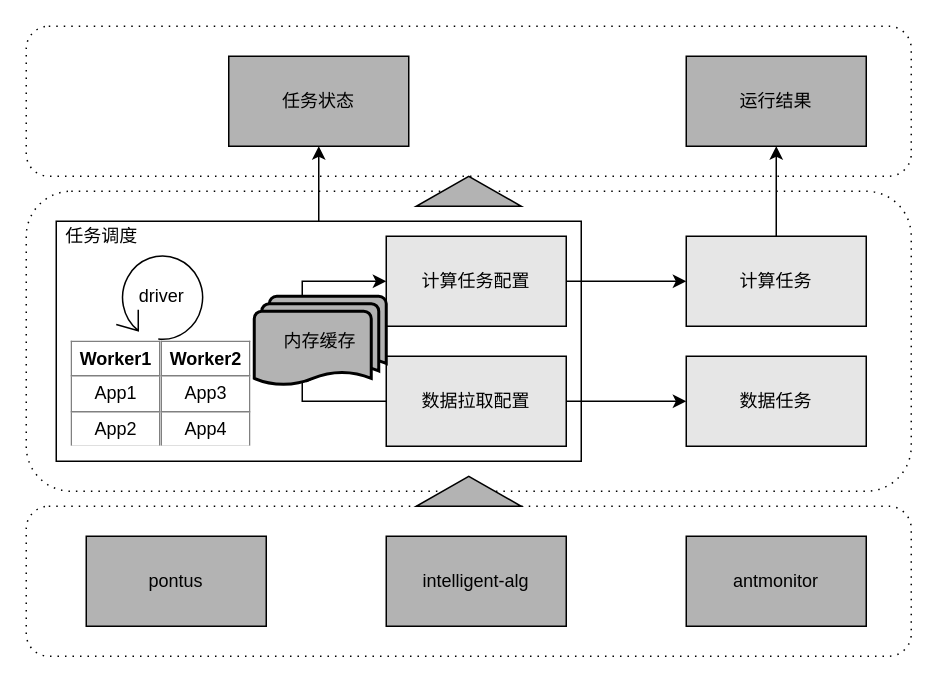
This is 容量计算框架.drawio from frankneu/draw.io, a draw.io file, before an edit. Source tidied: cells renumbered, new cells numbered last; positions are measured from the earlier drawing's top-left corner, leaving out a move shared by most shapes. Both pictures are drawn from the tidied source at 150%, with x=0, y=0 at pixel (26, 26).
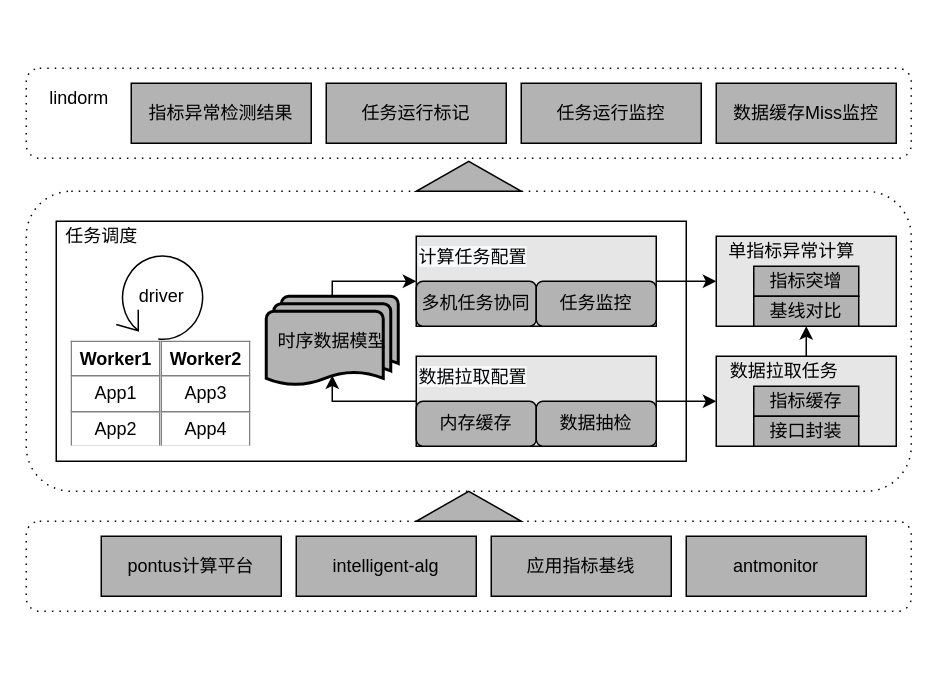
Above is the later version.

Commit message (it also covers changes not shown here):
Update 容量计算框架.drawio

Diff of the diagram source:
```diff
@@
     <mxCell id="2" style="shape=ext;rounded=1;html=1;whiteSpace=wrap;dashed=1;dashPattern=1 4;" parent="1" vertex="1">
-      <mxGeometry width="590" height="100" as="geometry" />
+      <mxGeometry y="28" width="590" height="60" as="geometry" />
     </mxCell>
@@
     <mxCell id="4" style="shape=ext;rounded=1;html=1;whiteSpace=wrap;dashed=1;dashPattern=1 4;" parent="1" vertex="1">
-      <mxGeometry y="320" width="590" height="100" as="geometry" />
+      <mxGeometry y="330" width="590" height="60" as="geometry" />
     </mxCell>
     <mxCell id="5" style="rounded=0;whiteSpace=wrap;html=1;" parent="1" vertex="1">
-      <mxGeometry x="20" y="130" width="350" height="160" as="geometry" />
+      <mxGeometry x="20" y="130" width="420" height="160" as="geometry" />
     </mxCell>
@@
-    <mxCell id="8" style="edgeStyle=orthogonalEdgeStyle;rounded=0;jettySize=auto;html=1;exitX=0.5;exitY=0;exitDx=0;exitDy=0;entryX=0.5;entryY=1;entryDx=0;entryDy=0;" parent="1" edge="1" source="5" target="13">
-      <mxGeometry relative="1" as="geometry" />
-    </mxCell>
+    <mxCell id="28" style="edgeStyle=orthogonalEdgeStyle;rounded=0;jettySize=auto;html=1;exitX=0.5;exitY=0;exitDx=0;exitDy=0;entryX=0.5;entryY=1;entryDx=0;entryDy=0;fillColor=#E6E6E6;" parent="1" edge="1" source="9" target="11">
+      <mxGeometry relative="1" as="geometry" />
+    </mxCell>
-    <mxCell id="9" value="数据任务" style="rounded=0;whiteSpace=wrap;html=1;fillColor=#E6E6E6;" parent="1" vertex="1">
-      <mxGeometry x="440" y="220" width="120" height="60" as="geometry" />
+    <mxCell id="9" style="rounded=0;whiteSpace=wrap;html=1;fillColor=#E6E6E6;" parent="1" vertex="1">
+      <mxGeometry x="460" y="220" width="120" height="60" as="geometry" />
     </mxCell>
-    <mxCell id="10" style="edgeStyle=orthogonalEdgeStyle;rounded=0;jettySize=auto;html=1;" parent="1" edge="1" source="11" target="12">
-      <mxGeometry relative="1" as="geometry" />
-    </mxCell>
-    <mxCell id="11" value="计算任务" style="rounded=0;whiteSpace=wrap;html=1;fillColor=#E6E6E6;" parent="1" vertex="1">
-      <mxGeometry x="440" y="140" width="120" height="60" as="geometry" />
+    <mxCell id="11" style="rounded=0;whiteSpace=wrap;html=1;fillColor=#E6E6E6;" parent="1" vertex="1">
+      <mxGeometry x="460" y="140" width="120" height="60" as="geometry" />
     </mxCell>
-    <mxCell id="12" value="运行结果" style="rounded=0;whiteSpace=wrap;html=1;fillColor=#B3B3B3;" parent="1" vertex="1">
-      <mxGeometry x="440" y="20" width="120" height="60" as="geometry" />
+    <mxCell id="12" value="数据缓存Miss监控" style="rounded=0;whiteSpace=wrap;html=1;fillColor=#B3B3B3;" parent="1" vertex="1">
+      <mxGeometry x="460" y="38" width="120" height="40" as="geometry" />
     </mxCell>
-    <mxCell id="13" value="任务状态" style="rounded=0;whiteSpace=wrap;html=1;fillColor=#B3B3B3;" parent="1" vertex="1">
-      <mxGeometry x="135" y="20" width="120" height="60" as="geometry" />
+    <mxCell id="13" value="任务运行标记" style="rounded=0;whiteSpace=wrap;html=1;fillColor=#B3B3B3;" parent="1" vertex="1">
+      <mxGeometry x="200" y="38" width="120" height="40" as="geometry" />
     </mxCell>
-    <mxCell id="14" value="计算任务配置" style="rounded=0;whiteSpace=wrap;html=1;fillColor=#E6E6E6;" parent="1" vertex="1">
-      <mxGeometry x="240" y="140" width="120" height="60" as="geometry" />
+    <mxCell id="14" style="rounded=0;whiteSpace=wrap;html=1;fillColor=#E6E6E6;" parent="1" vertex="1">
+      <mxGeometry x="260" y="140" width="160" height="60" as="geometry" />
     </mxCell>
     <mxCell id="15" style="edgeStyle=orthogonalEdgeStyle;rounded=0;jettySize=auto;html=1;exitX=0;exitY=0.5;exitDx=0;exitDy=0;entryX=0.5;entryY=0.88;entryDx=0;entryDy=0;entryPerimeter=0;fillColor=#E6E6E6;" parent="1" edge="1" source="16" target="25">
       <mxGeometry relative="1" as="geometry">
         <Array as="points">
-          <mxPoint x="184" y="250" />
+          <mxPoint x="204" y="250" />
         </Array>
       </mxGeometry>
     </mxCell>
-    <mxCell id="16" value="数据拉取配置" style="rounded=0;whiteSpace=wrap;html=1;fillColor=#E6E6E6;" parent="1" vertex="1">
-      <mxGeometry x="240" y="220" width="120" height="60" as="geometry" />
+    <mxCell id="16" style="rounded=0;whiteSpace=wrap;html=1;fillColor=#E6E6E6;" parent="1" vertex="1">
+      <mxGeometry x="260" y="220" width="160" height="60" as="geometry" />
     </mxCell>
-    <mxCell id="17" value="pontus" style="rounded=0;whiteSpace=wrap;html=1;fillColor=#B3B3B3;" parent="1" vertex="1">
-      <mxGeometry x="40" y="340" width="120" height="60" as="geometry" />
+    <mxCell id="17" value="pontus计算平台" style="rounded=0;whiteSpace=wrap;html=1;fillColor=#B3B3B3;" parent="1" vertex="1">
+      <mxGeometry x="50" y="340" width="120" height="40" as="geometry" />
     </mxCell>
     <mxCell id="18" value="antmonitor" style="rounded=0;whiteSpace=wrap;html=1;fillColor=#B3B3B3;" parent="1" vertex="1">
-      <mxGeometry x="440" y="340" width="120" height="60" as="geometry" />
+      <mxGeometry x="440" y="340" width="120" height="40" as="geometry" />
     </mxCell>
@@
     <mxCell id="20" value="intelligent-alg" style="rounded=0;whiteSpace=wrap;html=1;fillColor=#B3B3B3;" parent="1" vertex="1">
-      <mxGeometry x="240" y="340" width="120" height="60" as="geometry" />
+      <mxGeometry x="180" y="340" width="120" height="40" as="geometry" />
     </mxCell>
@@
     <mxCell id="22" style="html=1;shadow=0;dashed=0;align=center;verticalAlign=middle;shape=mxgraph.arrows2.arrow;dy=0.6;dx=40;direction=north;notch=0;fillColor=#B3B3B3;" parent="1" vertex="1">
-      <mxGeometry x="260" y="300" width="70" height="20" as="geometry" />
+      <mxGeometry x="260" y="310" width="70" height="20" as="geometry" />
     </mxCell>
     <mxCell id="23" style="html=1;shadow=0;dashed=0;align=center;verticalAlign=middle;shape=mxgraph.arrows2.arrow;dy=0.6;dx=40;direction=north;notch=0;fillColor=#B3B3B3;" parent="1" vertex="1">
-      <mxGeometry x="260" y="100" width="70" height="20" as="geometry" />
+      <mxGeometry x="260" y="90" width="70" height="20" as="geometry" />
     </mxCell>
     <mxCell id="24" style="edgeStyle=orthogonalEdgeStyle;rounded=0;jettySize=auto;html=1;exitX=0.5;exitY=0;exitDx=0;exitDy=0;exitPerimeter=0;entryX=0;entryY=0.5;entryDx=0;entryDy=0;fillColor=#E6E6E6;" parent="1" edge="1" source="25" target="14">
       <mxGeometry relative="1" as="geometry">
         <Array as="points">
-          <mxPoint x="184" y="170" />
+          <mxPoint x="204" y="170" />
         </Array>
       </mxGeometry>
     </mxCell>
-    <mxCell id="25" value="内存缓存" style="strokeWidth=2;html=1;shape=mxgraph.flowchart.multi-document;whiteSpace=wrap;fillColor=#B3B3B3;" parent="1" vertex="1">
-      <mxGeometry x="152" y="180" width="88" height="60" as="geometry" />
+    <mxCell id="25" value="时序数据模型" style="strokeWidth=2;html=1;shape=mxgraph.flowchart.multi-document;whiteSpace=wrap;fillColor=#B3B3B3;" parent="1" vertex="1">
+      <mxGeometry x="160" y="180" width="88" height="60" as="geometry" />
     </mxCell>
@@
+    <mxCell id="29" value="&lt;span&gt;单指标异常计算&lt;/span&gt;" style="text;html=1;align=center;verticalAlign=middle;" parent="1" vertex="1">
+      <mxGeometry x="460" y="140" width="100" height="20" as="geometry" />
+    </mxCell>
+    <mxCell id="30" value="&lt;span&gt;数据拉取任务&lt;/span&gt;" style="text;html=1;align=center;verticalAlign=middle;" parent="1" vertex="1">
+      <mxGeometry x="460" y="220" width="90" height="20" as="geometry" />
+    </mxCell>
+    <mxCell id="31" value="指标突增" style="rounded=0;whiteSpace=wrap;html=1;fillColor=#B3B3B3;" parent="1" vertex="1">
+      <mxGeometry x="485" y="160" width="70" height="20" as="geometry" />
+    </mxCell>
+    <mxCell id="32" value="基线对比" style="rounded=0;whiteSpace=wrap;html=1;fillColor=#B3B3B3;" parent="1" vertex="1">
+      <mxGeometry x="485" y="180" width="70" height="20" as="geometry" />
+    </mxCell>
+    <mxCell id="33" value="指标缓存" style="rounded=0;whiteSpace=wrap;html=1;fillColor=#B3B3B3;" parent="1" vertex="1">
+      <mxGeometry x="485" y="240" width="70" height="20" as="geometry" />
+    </mxCell>
+    <mxCell id="34" value="接口封装" style="rounded=0;whiteSpace=wrap;html=1;fillColor=#B3B3B3;" parent="1" vertex="1">
+      <mxGeometry x="485" y="260" width="70" height="20" as="geometry" />
+    </mxCell>
+    <mxCell id="35" value="lindorm" style="text;html=1;align=center;verticalAlign=middle;" parent="1" vertex="1">
+      <mxGeometry x="10" y="38" width="50" height="20" as="geometry" />
+    </mxCell>
+    <mxCell id="36" value="内存缓存" style="rounded=1;whiteSpace=wrap;html=1;fillColor=#B3B3B3;" parent="1" vertex="1">
+      <mxGeometry x="260" y="250" width="80" height="30" as="geometry" />
+    </mxCell>
+    <mxCell id="37" value="多机任务协同" style="rounded=1;whiteSpace=wrap;html=1;fillColor=#B3B3B3;" parent="1" vertex="1">
+      <mxGeometry x="260" y="170" width="80" height="30" as="geometry" />
+    </mxCell>
+    <mxCell id="38" value="任务监控" style="rounded=1;whiteSpace=wrap;html=1;fillColor=#B3B3B3;" parent="1" vertex="1">
+      <mxGeometry x="340" y="170" width="80" height="30" as="geometry" />
+    </mxCell>
+    <mxCell id="39" value="数据抽检" style="rounded=1;whiteSpace=wrap;html=1;fillColor=#B3B3B3;" parent="1" vertex="1">
+      <mxGeometry x="340" y="250" width="80" height="30" as="geometry" />
+    </mxCell>
+    <mxCell id="40" value="&lt;span style=&quot;color: rgb(0, 0, 0); font-family: helvetica; font-size: 12px; font-style: normal; font-weight: 400; letter-spacing: normal; text-align: center; text-indent: 0px; text-transform: none; word-spacing: 0px; background-color: rgb(248, 249, 250); display: inline; float: none;&quot;&gt;计算任务配置&lt;/span&gt;" style="text;whiteSpace=wrap;html=1;" parent="1" vertex="1">
+      <mxGeometry x="260" y="140" width="100" height="30" as="geometry" />
+    </mxCell>
+    <mxCell id="41" value="&lt;span style=&quot;color: rgb(0, 0, 0); font-family: helvetica; font-size: 12px; font-style: normal; font-weight: 400; letter-spacing: normal; text-align: center; text-indent: 0px; text-transform: none; word-spacing: 0px; background-color: rgb(248, 249, 250); display: inline; float: none;&quot;&gt;数据拉取配置&lt;/span&gt;" style="text;whiteSpace=wrap;html=1;" parent="1" vertex="1">
+      <mxGeometry x="260" y="220" width="100" height="30" as="geometry" />
+    </mxCell>
+    <mxCell id="42" value="任务运行监控" style="rounded=0;whiteSpace=wrap;html=1;fillColor=#B3B3B3;" parent="1" vertex="1">
+      <mxGeometry x="330" y="38" width="120" height="40" as="geometry" />
+    </mxCell>
+    <mxCell id="43" value="指标异常检测结果" style="rounded=0;whiteSpace=wrap;html=1;fillColor=#B3B3B3;" parent="1" vertex="1">
+      <mxGeometry x="70" y="38" width="120" height="40" as="geometry" />
+    </mxCell>
+    <mxCell id="44" value="应用指标基线" style="rounded=0;whiteSpace=wrap;html=1;fillColor=#B3B3B3;" parent="1" vertex="1">
+      <mxGeometry x="310" y="340" width="120" height="40" as="geometry" />
+    </mxCell>
```
